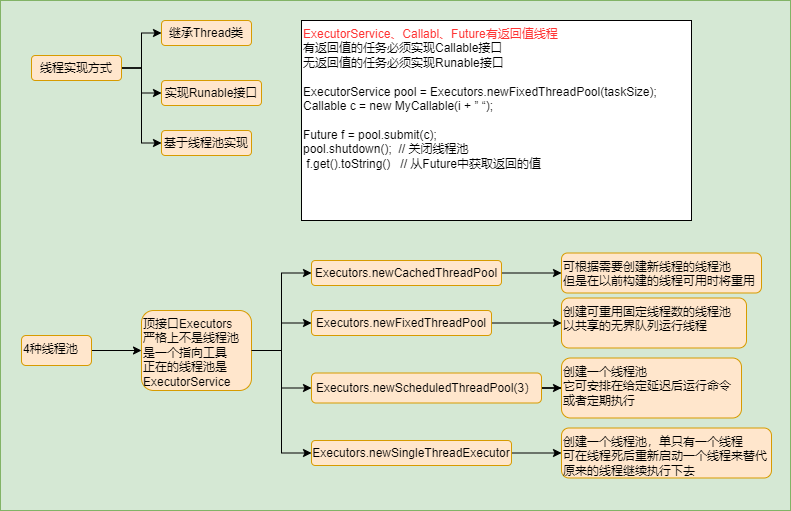
Earlier version of the draw.io export java/JUC并发编程.png (lore-study/java-picture-bed). Source tidied: cells renumbered, new cells last; positions are measured from the earlier drawing's top-left corner, leaving out a move shared by most shapes.
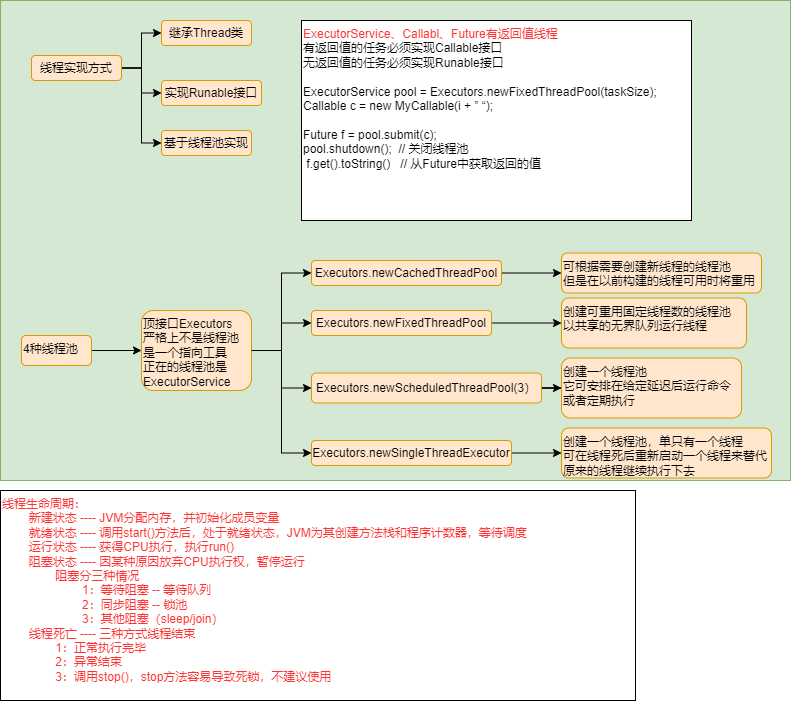
After the commit.

Commit message:
更新JUC并发编程.png

The edit, as a diff of the source:
```diff
@@ -3,7 +3,7 @@
     <mxCell id="0" />
     <mxCell id="1" parent="0" />
     <mxCell id="2" style="rounded=0;whiteSpace=wrap;html=1;fillColor=#d5e8d4;strokeColor=#82b366;align=left;verticalAlign=top;" parent="1" vertex="1">
-      <mxGeometry width="790" height="510" as="geometry" />
+      <mxGeometry width="790" height="480" as="geometry" />
     </mxCell>
     <mxCell id="3" style="edgeStyle=orthogonalEdgeStyle;rounded=0;jettySize=auto;html=1;entryX=0;entryY=0.5;entryDx=0;entryDy=0;" parent="1" edge="1" source="6" target="7">
       <mxGeometry relative="1" as="geometry" />
@@ -86,5 +86,8 @@
     <mxCell id="29" value="4种线程池" style="rounded=1;whiteSpace=wrap;html=1;fillColor=#ffe6cc;strokeColor=#d79b00;align=left;verticalAlign=top;" parent="1" vertex="1">
       <mxGeometry x="21" y="335" width="70" height="30" as="geometry" />
     </mxCell>
+    <mxCell id="30" value="线程生命周期：&lt;br&gt;&lt;span style=&quot;white-space: pre&quot;&gt;&#9;&lt;/span&gt;新建状态 ---- JVM分配内存，并初始化成员变量&lt;br&gt;&lt;span style=&quot;white-space: pre&quot;&gt;&#9;&lt;/span&gt;就绪状态 ---- 调用start()方法后，处于就绪状态，JVM为其创建方法栈和程序计数器，等待调度&lt;br&gt;&lt;span style=&quot;white-space: pre&quot;&gt;&#9;&lt;/span&gt;运行状态 ---- 获得CPU执行，执行run()&lt;br&gt;&lt;span style=&quot;white-space: pre&quot;&gt;&#9;&lt;/span&gt;阻塞状态 ---- 因某种原因放弃CPU执行权，暂停运行&lt;br&gt;&lt;span style=&quot;white-space: pre&quot;&gt;&#9;&lt;/span&gt;&lt;span style=&quot;white-space: pre&quot;&gt;&#9;&lt;/span&gt;阻塞分三种情况&lt;br&gt;&lt;span style=&quot;white-space: pre&quot;&gt;&#9;&lt;/span&gt;&lt;span style=&quot;white-space: pre&quot;&gt;&#9;&lt;/span&gt;&lt;span style=&quot;white-space: pre&quot;&gt;&#9;&lt;/span&gt;1：等待阻塞 -- 等待队列&lt;br&gt;&lt;span style=&quot;white-space: pre&quot;&gt;&#9;&lt;/span&gt;&lt;span style=&quot;white-space: pre&quot;&gt;&#9;&lt;/span&gt;&lt;span style=&quot;white-space: pre&quot;&gt;&#9;&lt;/span&gt;2：同步阻塞 -- 锁池&lt;br&gt;&lt;span style=&quot;white-space: pre&quot;&gt;&#9;&lt;/span&gt;&lt;span style=&quot;white-space: pre&quot;&gt;&#9;&lt;/span&gt;&lt;span style=&quot;white-space: pre&quot;&gt;&#9;&lt;/span&gt;3：其他阻塞（sleep/join）&lt;br&gt;&lt;span style=&quot;white-space: pre&quot;&gt;&#9;&lt;/span&gt;线程死亡 ---- 三种方式线程结束&lt;br&gt;&lt;span style=&quot;white-space: pre&quot;&gt;&#9;&lt;/span&gt;&lt;span style=&quot;white-space: pre&quot;&gt;&#9;&lt;/span&gt;1：正常执行完毕&lt;br&gt;&lt;span style=&quot;white-space: pre&quot;&gt;&#9;&lt;/span&gt;&lt;span style=&quot;white-space: pre&quot;&gt;&#9;&lt;/span&gt;2：异常结束&lt;br&gt;&lt;span style=&quot;white-space: pre&quot;&gt;&#9;&lt;/span&gt;&lt;span style=&quot;white-space: pre&quot;&gt;&#9;&lt;/span&gt;3：调用stop()，stop方法容易导致死锁，不建议使用" style="rounded=0;whiteSpace=wrap;html=1;fontColor=#FF3333;align=left;verticalAlign=top;" parent="1" vertex="1">
+      <mxGeometry y="490" width="635" height="210" as="geometry" />
+    </mxCell>
   </root>
 </mxGraphModel>
```
